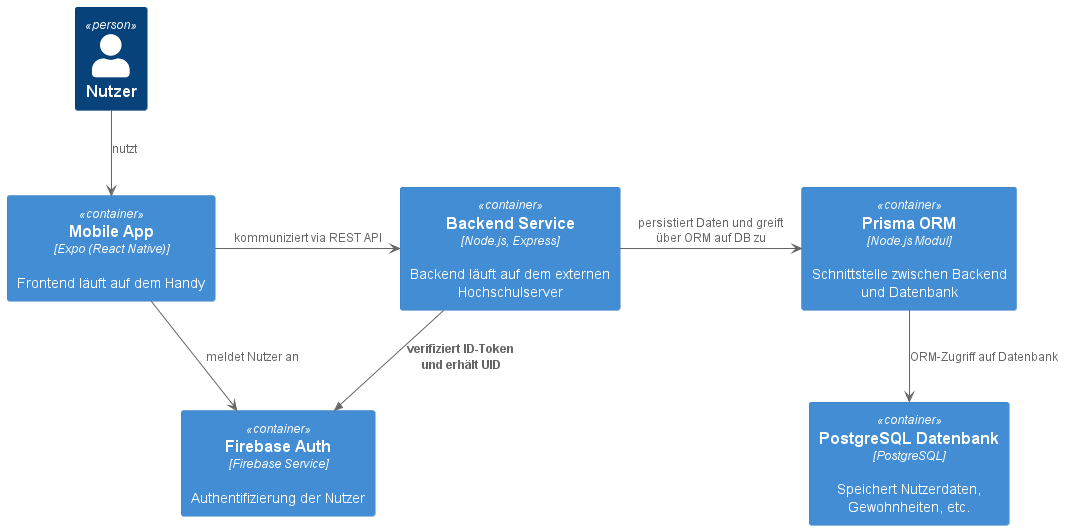
The PlantUML diagram docs/architecture/images/C4-level2.png in laurenzzzzzz/htwd-se1-habitree, before a commit.
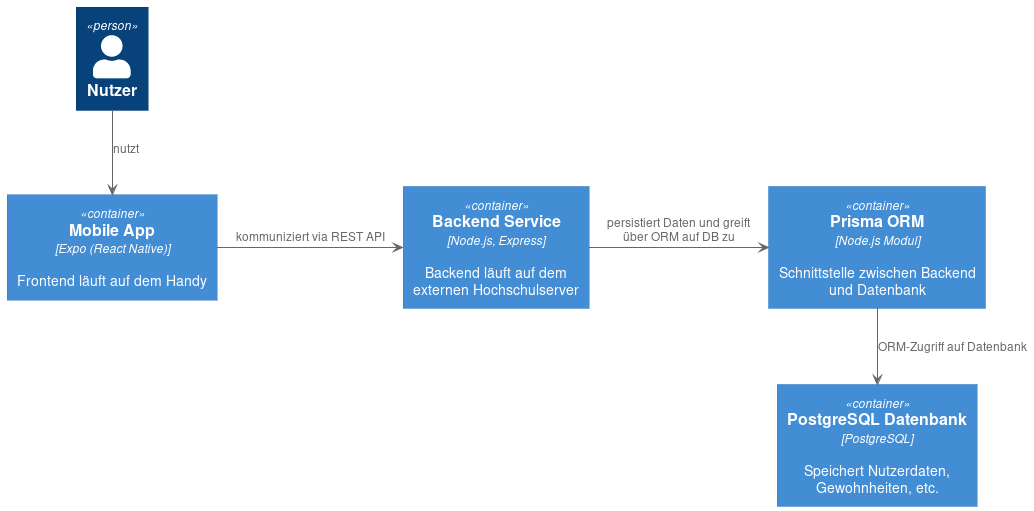
The same diagram one commit later.

What changed in the source:
```diff
@@ -5,18 +5,16 @@
 
 Container(frontend, "Mobile App", "Expo (React Native)", "Frontend läuft auf dem Handy")
 Container(backend, "Backend Service", "Node.js, Express", "Backend läuft auf dem externen Hochschulserver")
-Container(auth, "Firebase Auth", "Firebase Service", "Authentifizierung der Nutzer")
+
 Container(db, "PostgreSQL Datenbank", "PostgreSQL", "Speichert Nutzerdaten, Gewohnheiten, etc.")
 Container(prisma, "Prisma ORM", "Node.js Modul", "Schnittstelle zwischen Backend und Datenbank")
 
 Nutzer --> frontend : nutzt
-frontend -> auth : meldet Nutzer an
+
 frontend -> backend : kommuniziert via REST API
-
-Rel_D(backend, auth, "verifiziert ID-Token\nund erhält UID")
+prisma --> db : ORM-Zugriff auf Datenbank
 
 backend -> prisma : persistiert Daten und greift über ORM auf DB zu
-prisma --> db : ORM-Zugriff auf Datenbank
 
 
 
```
